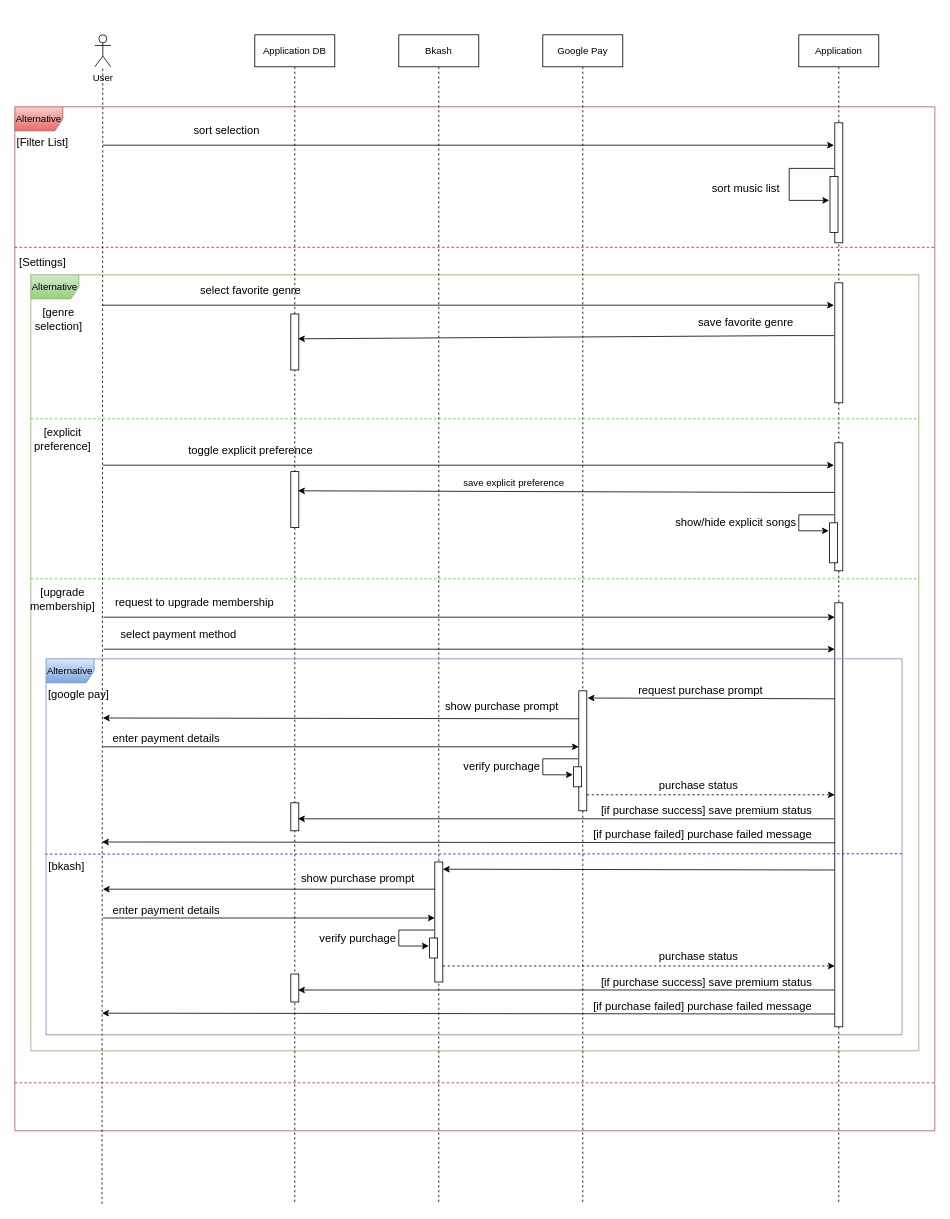
This is page "Page-2" (2 of 4) of System Analysis/PocketKaraoke Sequence Diagram.drawio from FuSan21/PocketKaraoke, a draw.io file, before an edit. Source tidied: cells renumbered, new cells numbered last; positions are measured from the earlier drawing's top-left corner, leaving out a move shared by most shapes. Both pictures are drawn from the tidied source at 80%, with x=0, y=0 at pixel (14, 34).
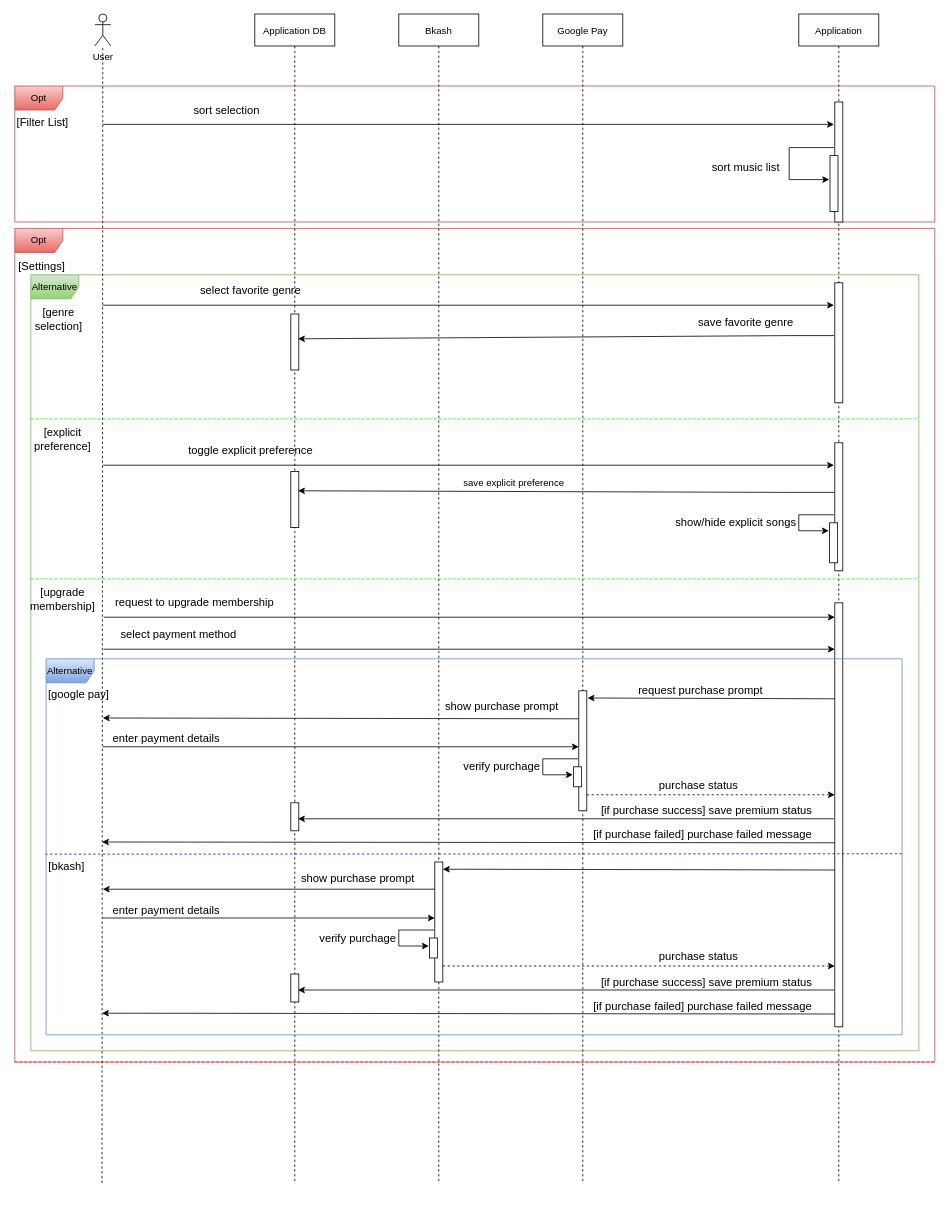
After the change.

The edit, as a diff of the source:
```diff
@@
-    <mxCell id="2" value="Alternative" style="shape=umlFrame;whiteSpace=wrap;html=1;strokeColor=#b85450;fillColor=#f8cecc;gradientColor=#ea6b66;" parent="1" vertex="1">
-      <mxGeometry y="90" width="1150" height="1280" as="geometry" />
+    <mxCell id="2" value="Opt" style="shape=umlFrame;whiteSpace=wrap;html=1;strokeColor=#b85450;fillColor=#f8cecc;gradientColor=#ea6b66;" parent="1" vertex="1">
+      <mxGeometry y="64" width="1150" height="170" as="geometry" />
     </mxCell>
+    <mxCell id="83" value="Opt" style="shape=umlFrame;whiteSpace=wrap;html=1;strokeColor=#b85450;fillColor=#f8cecc;gradientColor=#ea6b66;" parent="1" vertex="1">
+      <mxGeometry y="242" width="1150" height="1042" as="geometry" />
+    </mxCell>
@@
-    <mxCell id="4" style="endArrow=none;dashed=1;html=1;rounded=0;exitX=0;exitY=0.102;exitDx=0;exitDy=0;exitPerimeter=0;entryX=1;entryY=0.102;entryDx=0;entryDy=0;entryPerimeter=0;strokeColor=#FF0000;" parent="1" edge="1">
-      <mxGeometry relative="1" as="geometry">
-        <mxPoint y="265.7" as="sourcePoint" />
-        <mxPoint x="1150" y="265.7" as="targetPoint" />
-      </mxGeometry>
-    </mxCell>
     <mxCell id="5" value="Application DB" style="shape=umlLifeline;perimeter=lifelinePerimeter;rounded=0;shadow=0;strokeWidth=1;" parent="1" vertex="1">
-      <mxGeometry x="300" width="100" height="1460" as="geometry" />
+      <mxGeometry x="300" y="-26" width="100" height="1460" as="geometry" />
     </mxCell>
     <mxCell id="6" value="Google Pay" style="shape=umlLifeline;perimeter=lifelinePerimeter;rounded=0;shadow=0;strokeWidth=1;" parent="1" vertex="1">
-      <mxGeometry x="660" width="100" height="1460" as="geometry" />
+      <mxGeometry x="660" y="-26" width="100" height="1460" as="geometry" />
     </mxCell>
     <mxCell id="7" value="Application" style="shape=umlLifeline;perimeter=lifelinePerimeter;rounded=0;shadow=0;strokeWidth=1;" parent="1" vertex="1">
-      <mxGeometry x="980" width="100" height="1460" as="geometry" />
+      <mxGeometry x="980" y="-26" width="100" height="1460" as="geometry" />
     </mxCell>
     <mxCell id="8" value="[Settings]" style="text;html=1;strokeColor=none;fillColor=none;align=center;verticalAlign=middle;whiteSpace=wrap;rounded=0;fontSize=14;" parent="1" vertex="1">
-      <mxGeometry y="270" width="70" height="30" as="geometry" />
+      <mxGeometry x="-1" y="274" width="70" height="30" as="geometry" />
     </mxCell>
     <mxCell id="9" style="group;" parent="1" vertex="1">
-      <mxGeometry x="60" width="20" height="40" as="geometry" />
+      <mxGeometry x="60" y="-26" width="20" height="40" as="geometry" />
     </mxCell>
     <mxCell id="10" value="[Filter List]" style="text;html=1;strokeColor=none;fillColor=none;align=center;verticalAlign=middle;whiteSpace=wrap;rounded=0;fontSize=14;" parent="1" vertex="1">
-      <mxGeometry y="120" width="70" height="30" as="geometry" />
+      <mxGeometry y="94" width="70" height="30" as="geometry" />
     </mxCell>
     <mxCell id="11" value="User" style="shape=umlActor;verticalLabelPosition=bottom;verticalAlign=top;html=1;outlineConnect=0;" parent="1" vertex="1">
-      <mxGeometry x="100" width="20" height="40" as="geometry" />
+      <mxGeometry x="100" y="-26" width="20" height="40" as="geometry" />
     </mxCell>
     <mxCell id="12" style="endArrow=none;html=1;rounded=0;dashed=1;exitX=0.06;exitY=1.001;exitDx=0;exitDy=0;exitPerimeter=0;" parent="1" edge="1" target="11">
       <mxGeometry relative="1" as="geometry">
-        <mxPoint x="109" y="1461.4" as="sourcePoint" />
+        <mxPoint x="109" y="1435.4" as="sourcePoint" />
       </mxGeometry>
     </mxCell>
     <mxCell id="13" style="perimeter=orthogonalPerimeter;rounded=0;shadow=0;strokeWidth=1;" parent="1" vertex="1">
-      <mxGeometry x="1025" y="110" width="10" height="150" as="geometry" />
+      <mxGeometry x="1025" y="84" width="10" height="150" as="geometry" />
     </mxCell>
     <mxCell id="14" value="sort selection" style="text;html=1;strokeColor=none;fillColor=none;align=center;verticalAlign=middle;whiteSpace=wrap;rounded=0;fontSize=14;" parent="1" vertex="1">
-      <mxGeometry x="210" y="110" width="110" height="20" as="geometry" />
+      <mxGeometry x="210" y="84" width="110" height="20" as="geometry" />
     </mxCell>
     <mxCell id="15" style="endArrow=classic;html=1;rounded=0;" parent="1" edge="1">
       <mxGeometry relative="1" as="geometry">
-        <mxPoint x="110" y="138" as="sourcePoint" />
-        <mxPoint x="1024" y="138" as="targetPoint" />
+        <mxPoint x="110" y="112" as="sourcePoint" />
+        <mxPoint x="1024" y="112" as="targetPoint" />
       </mxGeometry>
     </mxCell>
     <mxCell id="16" style="perimeter=orthogonalPerimeter;rounded=0;shadow=0;strokeWidth=1;" parent="1" vertex="1">
-      <mxGeometry x="1019" y="177" width="10" height="70" as="geometry" />
+      <mxGeometry x="1019" y="151" width="10" height="70" as="geometry" />
     </mxCell>
     <mxCell id="17" style="endArrow=classic;html=1;rounded=0;exitX=0.1;exitY=0.182;exitDx=0;exitDy=0;exitPerimeter=0;" parent="1" edge="1">
       <mxGeometry relative="1" as="geometry">
-        <mxPoint x="1024" y="167" as="sourcePoint" />
-        <mxPoint x="1018" y="207" as="targetPoint" />
+        <mxPoint x="1024" y="141" as="sourcePoint" />
+        <mxPoint x="1018" y="181" as="targetPoint" />
         <Array as="points">
-          <mxPoint x="968" y="167" />
-          <mxPoint x="968" y="207" />
+          <mxPoint x="968" y="141" />
+          <mxPoint x="968" y="181" />
         </Array>
       </mxGeometry>
     </mxCell>
     <mxCell id="18" value="sort music list " style="text;html=1;strokeColor=none;fillColor=none;align=center;verticalAlign=middle;whiteSpace=wrap;rounded=0;fontSize=14;" parent="1" vertex="1">
-      <mxGeometry x="860" y="177" width="108" height="30" as="geometry" />
+      <mxGeometry x="860" y="151" width="108" height="30" as="geometry" />
     </mxCell>
@@
     <mxCell id="63" value="Bkash" style="shape=umlLifeline;perimeter=lifelinePerimeter;rounded=0;shadow=0;strokeWidth=1;" parent="1" vertex="1">
-      <mxGeometry x="480" width="100" height="1460" as="geometry" />
+      <mxGeometry x="480" y="-26" width="100" height="1460" as="geometry" />
     </mxCell>
     <mxCell id="64" style="perimeter=orthogonalPerimeter;rounded=0;shadow=0;strokeWidth=1;" parent="63" vertex="1">
-      <mxGeometry x="45" y="1034" width="10" height="150" as="geometry" />
+      <mxGeometry x="45" y="1060" width="10" height="150" as="geometry" />
     </mxCell>
     <mxCell id="65" style="perimeter=orthogonalPerimeter;rounded=0;shadow=0;strokeWidth=1;" parent="63" vertex="1">
-      <mxGeometry x="38.5" y="1129" width="10" height="25" as="geometry" />
+      <mxGeometry x="38.5" y="1155" width="10" height="25" as="geometry" />
     </mxCell>
     <mxCell id="66" style="endArrow=classic;html=1;rounded=0;" parent="63" edge="1">
       <mxGeometry relative="1" as="geometry">
-        <mxPoint x="44" y="1119" as="sourcePoint" />
-        <mxPoint x="37.5" y="1139" as="targetPoint" />
+        <mxPoint x="44" y="1145" as="sourcePoint" />
+        <mxPoint x="37.5" y="1165" as="targetPoint" />
         <Array as="points">
-          <mxPoint y="1119" />
-          <mxPoint y="1139" />
+          <mxPoint y="1145" />
+          <mxPoint y="1165" />
         </Array>
       </mxGeometry>
     </mxCell>
     <mxCell id="67" value="verify purchage" style="text;html=1;strokeColor=none;fillColor=none;align=center;verticalAlign=middle;whiteSpace=wrap;rounded=0;fontSize=14;" parent="63" vertex="1">
-      <mxGeometry x="-101" y="1114" width="100" height="30" as="geometry" />
+      <mxGeometry x="-101" y="1140" width="100" height="30" as="geometry" />
     </mxCell>
     <mxCell id="68" value="show purchase prompt" style="text;html=1;strokeColor=none;fillColor=none;align=center;verticalAlign=middle;whiteSpace=wrap;rounded=0;fontSize=14;" parent="63" vertex="1">
-      <mxGeometry x="-135" y="1044" width="168" height="20" as="geometry" />
+      <mxGeometry x="-135" y="1070" width="168" height="20" as="geometry" />
     </mxCell>
@@
     <mxCell id="82" style="endArrow=none;dashed=1;html=1;rounded=0;exitX=0;exitY=0.102;exitDx=0;exitDy=0;exitPerimeter=0;entryX=1;entryY=0.102;entryDx=0;entryDy=0;entryPerimeter=0;strokeColor=#FF0000;" parent="1" edge="1">
       <mxGeometry relative="1" as="geometry">
-        <mxPoint y="1310" as="sourcePoint" />
-        <mxPoint x="1150" y="1310" as="targetPoint" />
+        <mxPoint y="1284" as="sourcePoint" />
+        <mxPoint x="1150" y="1284" as="targetPoint" />
       </mxGeometry>
     </mxCell>
```
